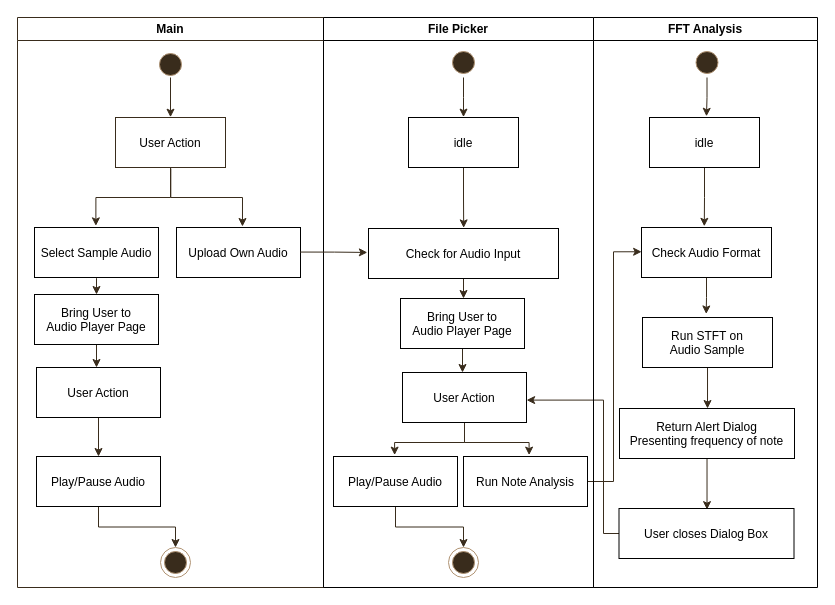
Above: page "Page-1" (1 of 2) of Untitled Diagram.drawio in theshaydays/whistle (draw.io), before the change. Source tidied: cells renumbered, new cells numbered last; positions are measured from the earlier drawing's top-left corner, leaving out a move shared by most shapes. Both pictures are drawn from the tidied source at 100%, with x=0, y=0 at pixel (17, 17).
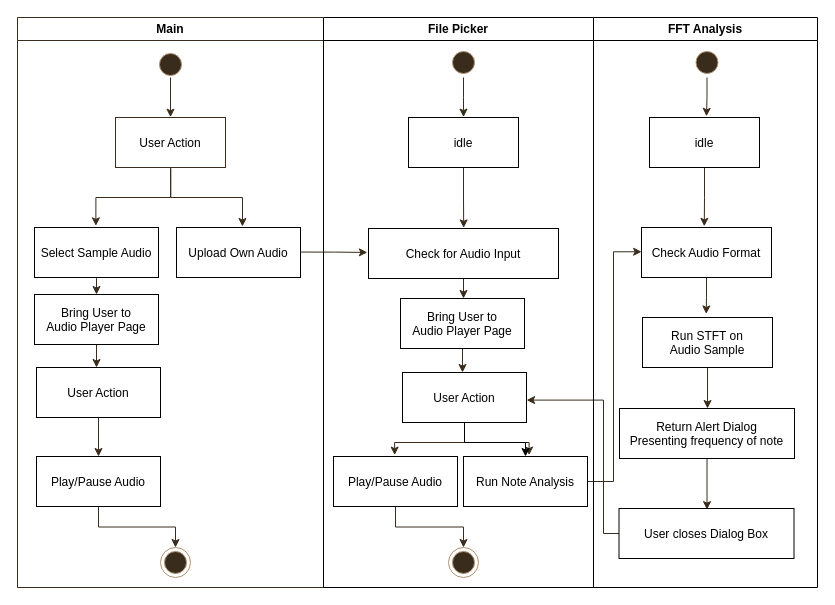
Above is the later version.

The change refers to these unchanged cells:
```xml
<mxCell id="37" value="User Action" parent="1" vertex="1">
  <mxGeometry x="385" y="355" width="124" height="50" as="geometry" />
</mxCell>
<mxCell id="46" value="Run Note Analysis" parent="38" vertex="1">
  <mxGeometry x="140" y="439" width="124" height="50" as="geometry" />
</mxCell>
```

What changed in the source:
```diff
@@
+    <mxCell id="49" style="edgeStyle=orthogonalEdgeStyle;rounded=0;jettySize=auto;html=1;" parent="1" edge="1" source="37" target="46">
+      <mxGeometry relative="1" as="geometry" />
+    </mxCell>
```
